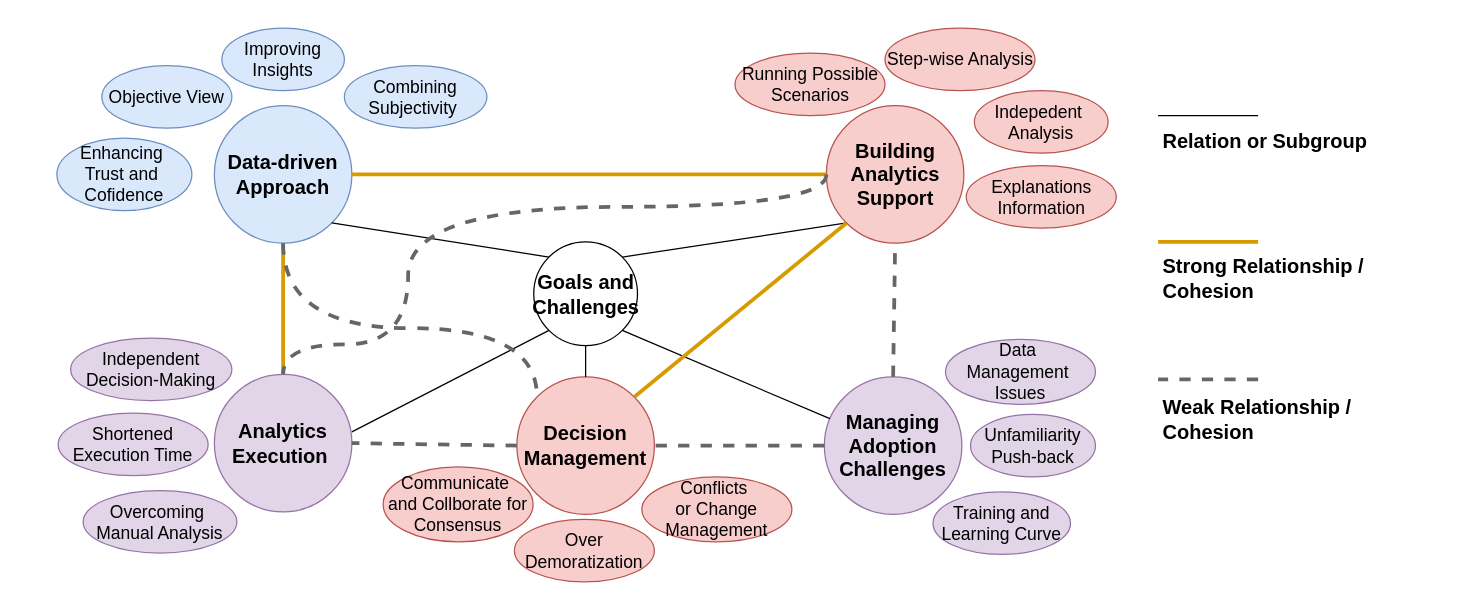
raeeschaudhary/Coursera_Exams keeps this draw.io diagram as ext/biz-findings-coherence.drawio. Above is the earlier version. Source tidied: cells renumbered, new cells numbered last; positions are measured from the earlier drawing's top-left corner, leaving out a move shared by most shapes. Both pictures are drawn from the tidied source at 125%, with x=0, y=0 at pixel (56, 28).
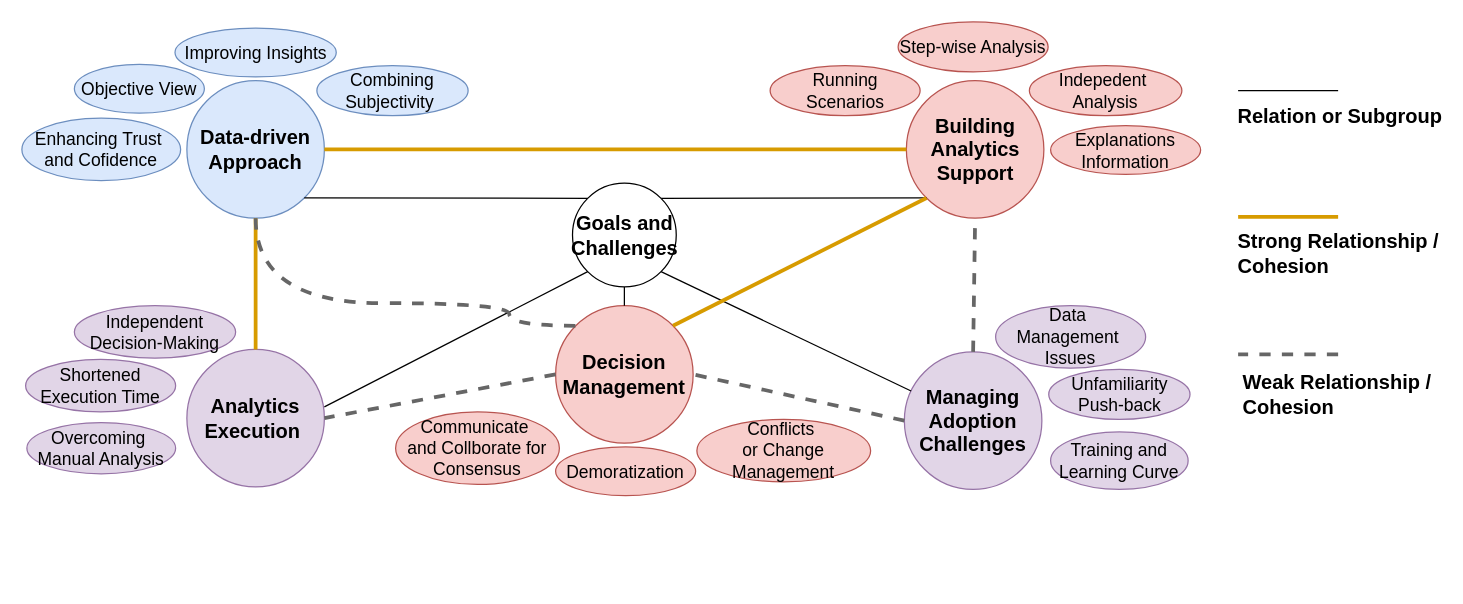
The same page after the edit.

Change to the diagram source:
```diff
@@
     <mxCell id="2" value="Data-driven Approach" style="ellipse;whiteSpace=wrap;html=1;fontFamily=corbel;fontSize=16;fontStyle=1;fillColor=#dae8fc;strokeColor=#6c8ebf;" parent="1" vertex="1">
-      <mxGeometry x="126" y="62" width="110" height="110" as="geometry" />
+      <mxGeometry x="104" y="42" width="110" height="110" as="geometry" />
     </mxCell>
     <mxCell id="3" value="Building Analytics Support" style="ellipse;whiteSpace=wrap;html=1;fontFamily=corbel;fontSize=16;fontStyle=1;fillColor=#f8cecc;strokeColor=#b85450;" parent="1" vertex="1">
-      <mxGeometry x="615.6" y="62" width="110" height="110" as="geometry" />
+      <mxGeometry x="679.6" y="42" width="110" height="110" as="geometry" />
     </mxCell>
     <mxCell id="4" value="Managing Adoption&lt;div&gt;Challenges&lt;/div&gt;" style="ellipse;whiteSpace=wrap;html=1;fontFamily=corbel;fontSize=16;fontStyle=1;fillColor=#e1d5e7;strokeColor=#9673a6;" parent="1" vertex="1">
-      <mxGeometry x="614" y="279" width="110" height="110" as="geometry" />
+      <mxGeometry x="678" y="259" width="110" height="110" as="geometry" />
     </mxCell>
     <mxCell id="5" value="Analytics Execution&amp;nbsp;" style="ellipse;whiteSpace=wrap;html=1;fontFamily=corbel;fontSize=16;fontStyle=1;fillColor=#e1d5e7;strokeColor=#9673a6;" parent="1" vertex="1">
-      <mxGeometry x="126" y="277" width="110" height="110" as="geometry" />
+      <mxGeometry x="104" y="257" width="110" height="110" as="geometry" />
     </mxCell>
     <mxCell id="6" value="Decision Management" style="ellipse;whiteSpace=wrap;html=1;fontFamily=corbel;fontSize=16;fontStyle=1;fillColor=#f8cecc;strokeColor=#b85450;" parent="1" vertex="1">
-      <mxGeometry x="368" y="279" width="110" height="110" as="geometry" />
+      <mxGeometry x="399" y="222" width="110" height="110" as="geometry" />
     </mxCell>
@@
     <mxCell id="8" value="Goals and Challenges" style="ellipse;whiteSpace=wrap;html=1;fontFamily=corbel;fontSize=16;fontStyle=1;" parent="1" vertex="1">
-      <mxGeometry x="381.5" y="171" width="83" height="83" as="geometry" />
+      <mxGeometry x="412.5" y="124" width="83" height="83" as="geometry" />
     </mxCell>
     <mxCell id="9" value="Combining Subjectivity&amp;nbsp;" style="ellipse;whiteSpace=wrap;html=1;fontFamily=corbel;fontSize=14;fillColor=#dae8fc;strokeColor=#6c8ebf;" parent="1" vertex="1">
-      <mxGeometry x="230" y="30" width="114" height="50" as="geometry" />
+      <mxGeometry x="208" y="30" width="121" height="40" as="geometry" />
     </mxCell>
-    <mxCell id="10" value="Running Possible Scenarios" style="ellipse;whiteSpace=wrap;html=1;fontFamily=corbel;fontSize=14;fillColor=#f8cecc;strokeColor=#b85450;" parent="1" vertex="1">
-      <mxGeometry x="542.5" y="20" width="120" height="50" as="geometry" />
+    <mxCell id="10" value="Running Scenarios" style="ellipse;whiteSpace=wrap;html=1;fontFamily=corbel;fontSize=14;fillColor=#f8cecc;strokeColor=#b85450;" parent="1" vertex="1">
+      <mxGeometry x="570.6" y="30" width="120" height="40" as="geometry" />
     </mxCell>
     <mxCell id="11" value="Step-wise Analysis" style="ellipse;whiteSpace=wrap;html=1;fontFamily=corbel;fontSize=14;fillColor=#f8cecc;strokeColor=#b85450;" parent="1" vertex="1">
-      <mxGeometry x="662.5" width="120" height="50" as="geometry" />
+      <mxGeometry x="673" y="-5" width="120" height="40" as="geometry" />
     </mxCell>
     <mxCell id="12" value="Indepedent&amp;nbsp;&lt;div&gt;Analysis&lt;/div&gt;" style="ellipse;whiteSpace=wrap;html=1;fontFamily=corbel;fontSize=14;fillColor=#f8cecc;strokeColor=#b85450;" parent="1" vertex="1">
-      <mxGeometry x="734" y="50" width="107" height="50" as="geometry" />
+      <mxGeometry x="778" y="30" width="122" height="40" as="geometry" />
     </mxCell>
     <mxCell id="13" value="Overcoming&amp;nbsp;&lt;div&gt;Manual Analysis&lt;/div&gt;" style="ellipse;whiteSpace=wrap;html=1;fontFamily=corbel;fontSize=14;fillColor=#e1d5e7;strokeColor=#9673a6;" parent="1" vertex="1">
-      <mxGeometry x="21" y="370" width="123" height="50" as="geometry" />
+      <mxGeometry x="-24" y="315.5" width="119" height="41" as="geometry" />
     </mxCell>
@@
     <mxCell id="15" value="Objective View" style="ellipse;whiteSpace=wrap;html=1;fontFamily=corbel;fontSize=14;fillColor=#dae8fc;strokeColor=#6c8ebf;" parent="1" vertex="1">
-      <mxGeometry x="36" y="30" width="104" height="50" as="geometry" />
+      <mxGeometry x="14" y="29" width="104" height="39" as="geometry" />
     </mxCell>
     <mxCell id="16" value="Improving Insights" style="ellipse;whiteSpace=wrap;html=1;fontFamily=corbel;fontSize=14;fillColor=#dae8fc;strokeColor=#6c8ebf;" parent="1" vertex="1">
-      <mxGeometry x="132" width="98" height="50" as="geometry" />
+      <mxGeometry x="94.5" width="129" height="39" as="geometry" />
     </mxCell>
-    <mxCell id="17" value="Enhancing&amp;nbsp;&lt;div&gt;Trust and&amp;nbsp;&lt;/div&gt;&lt;div&gt;Cofidence&lt;/div&gt;" style="ellipse;whiteSpace=wrap;html=1;fontFamily=corbel;fontSize=14;fillColor=#dae8fc;strokeColor=#6c8ebf;" parent="1" vertex="1">
-      <mxGeometry y="88" width="108" height="58" as="geometry" />
+    <mxCell id="17" value="Enhancing&amp;nbsp;&lt;span style=&quot;background-color: transparent; color: light-dark(rgb(0, 0, 0), rgb(255, 255, 255));&quot;&gt;Trust&amp;nbsp;&lt;/span&gt;&lt;div&gt;&lt;span style=&quot;background-color: transparent; color: light-dark(rgb(0, 0, 0), rgb(255, 255, 255));&quot;&gt;and&amp;nbsp;&lt;/span&gt;&lt;span style=&quot;background-color: transparent; color: light-dark(rgb(0, 0, 0), rgb(255, 255, 255));&quot;&gt;Cofidence&lt;/span&gt;&lt;/div&gt;" style="ellipse;whiteSpace=wrap;html=1;fontFamily=corbel;fontSize=14;fillColor=#dae8fc;strokeColor=#6c8ebf;" parent="1" vertex="1">
+      <mxGeometry x="-28" y="72" width="127" height="50" as="geometry" />
     </mxCell>
@@
     <mxCell id="19" value="Independent Decision-Making" style="ellipse;whiteSpace=wrap;html=1;fontFamily=corbel;fontSize=14;fillColor=#e1d5e7;strokeColor=#9673a6;" parent="1" vertex="1">
-      <mxGeometry x="11" y="248" width="129" height="50" as="geometry" />
+      <mxGeometry x="14" y="222" width="129" height="42" as="geometry" />
     </mxCell>
     <mxCell id="20" value="Shortened Execution Time" style="ellipse;whiteSpace=wrap;html=1;fontFamily=corbel;fontSize=14;fillColor=#e1d5e7;strokeColor=#9673a6;" parent="1" vertex="1">
-      <mxGeometry x="1" y="308" width="120" height="50" as="geometry" />
+      <mxGeometry x="-25" y="265" width="120" height="42" as="geometry" />
     </mxCell>
     <mxCell id="21" value="&lt;div&gt;Explanations&lt;/div&gt;&lt;div&gt;Information&lt;/div&gt;" style="ellipse;whiteSpace=wrap;html=1;fontFamily=corbel;fontSize=14;fillColor=#f8cecc;strokeColor=#b85450;" parent="1" vertex="1">
-      <mxGeometry x="727.5" y="110" width="120" height="50" as="geometry" />
+      <mxGeometry x="795" y="78" width="120" height="39" as="geometry" />
     </mxCell>
@@
     <mxCell id="23" value="Data&amp;nbsp;&lt;div&gt;Management&amp;nbsp;&lt;/div&gt;&lt;div&gt;Issues&lt;/div&gt;" style="ellipse;whiteSpace=wrap;html=1;fontFamily=corbel;fontSize=14;fillColor=#e1d5e7;strokeColor=#9673a6;" parent="1" vertex="1">
-      <mxGeometry x="710.9" y="249" width="120" height="52" as="geometry" />
+      <mxGeometry x="751" y="222" width="120" height="50" as="geometry" />
     </mxCell>
     <mxCell id="24" value="Communicate&amp;nbsp;&lt;div&gt;and Collborate for Consensus&lt;/div&gt;" style="ellipse;whiteSpace=wrap;html=1;fontFamily=corbel;fontSize=14;fillColor=#f8cecc;strokeColor=#b85450;" parent="1" vertex="1">
-      <mxGeometry x="261" y="351" width="120" height="60" as="geometry" />
+      <mxGeometry x="271" y="307" width="131" height="58" as="geometry" />
     </mxCell>
     <mxCell id="25" value="Conflicts&amp;nbsp;&lt;div&gt;or&amp;nbsp;&lt;span style=&quot;background-color: transparent; color: light-dark(rgb(0, 0, 0), rgb(255, 255, 255));&quot;&gt;Change Management&lt;/span&gt;&lt;/div&gt;" style="ellipse;whiteSpace=wrap;html=1;fontFamily=corbel;fontSize=14;fillColor=#f8cecc;strokeColor=#b85450;" parent="1" vertex="1">
-      <mxGeometry x="468" y="359" width="120" height="52" as="geometry" />
+      <mxGeometry x="512" y="313" width="139" height="50" as="geometry" />
     </mxCell>
-    <mxCell id="26" value="Over&lt;div&gt;Demoratization&lt;/div&gt;" style="ellipse;whiteSpace=wrap;html=1;fontFamily=corbel;fontSize=14;fillColor=#f8cecc;strokeColor=#b85450;" parent="1" vertex="1">
-      <mxGeometry x="366" y="393" width="112" height="50" as="geometry" />
+    <mxCell id="26" value="&lt;div&gt;Demoratization&lt;/div&gt;" style="ellipse;whiteSpace=wrap;html=1;fontFamily=corbel;fontSize=14;fillColor=#f8cecc;strokeColor=#b85450;" parent="1" vertex="1">
+      <mxGeometry x="399" y="335" width="112" height="39" as="geometry" />
     </mxCell>
     <mxCell id="27" value="Training and Learning Curve" style="ellipse;whiteSpace=wrap;html=1;fontFamily=corbel;fontSize=14;fillColor=#e1d5e7;strokeColor=#9673a6;" parent="1" vertex="1">
-      <mxGeometry x="700.9" y="371" width="110" height="50" as="geometry" />
+      <mxGeometry x="795" y="323" width="110" height="46" as="geometry" />
     </mxCell>
     <mxCell id="28" value="Unfamiliarity Push-back" style="ellipse;whiteSpace=wrap;html=1;fontFamily=corbel;fontSize=14;fillColor=#e1d5e7;strokeColor=#9673a6;" parent="1" vertex="1">
-      <mxGeometry x="730.9" y="309" width="100" height="50" as="geometry" />
+      <mxGeometry x="793.5" y="273" width="113" height="40" as="geometry" />
     </mxCell>
@@
     <mxCell id="30" style="rounded=0;orthogonalLoop=1;jettySize=auto;html=1;endArrow=none;endFill=0;fontFamily=corbel;fontSize=14;" parent="1" edge="1">
       <mxGeometry relative="1" as="geometry">
-        <mxPoint x="961" y="70" as="sourcePoint" />
-        <mxPoint x="881" y="70" as="targetPoint" />
+        <mxPoint x="1025" y="50" as="sourcePoint" />
+        <mxPoint x="945" y="50" as="targetPoint" />
       </mxGeometry>
     </mxCell>
     <mxCell id="31" style="rounded=0;orthogonalLoop=1;jettySize=auto;html=1;endArrow=none;endFill=0;fontFamily=corbel;fontSize=14;strokeWidth=3;strokeColor=#d79b00;fillColor=#ffe6cc;" parent="1" edge="1">
       <mxGeometry relative="1" as="geometry">
-        <mxPoint x="881" y="171" as="sourcePoint" />
-        <mxPoint x="961" y="171" as="targetPoint" />
+        <mxPoint x="945" y="151" as="sourcePoint" />
+        <mxPoint x="1025" y="151" as="targetPoint" />
         <Array as="points">
-          <mxPoint x="921" y="171" />
+          <mxPoint x="985" y="151" />
         </Array>
       </mxGeometry>
     </mxCell>
     <mxCell id="32" style="rounded=0;orthogonalLoop=1;jettySize=auto;html=1;endArrow=none;endFill=0;fontFamily=corbel;fontSize=14;strokeWidth=3;strokeColor=#666666;dashed=1;" parent="1" edge="1">
       <mxGeometry relative="1" as="geometry">
-        <mxPoint x="961" y="281" as="sourcePoint" />
-        <mxPoint x="881" y="281" as="targetPoint" />
+        <mxPoint x="1025" y="261" as="sourcePoint" />
+        <mxPoint x="945" y="261" as="targetPoint" />
       </mxGeometry>
     </mxCell>
@@
-    <mxCell id="37" style="rounded=0;jettySize=auto;html=1;endArrow=none;endFill=0;fontFamily=corbel;fontSize=14;strokeWidth=3;strokeColor=#666666;dashed=1;entryX=0.5;entryY=0;entryDx=0;entryDy=0;exitX=0;exitY=0.5;exitDx=0;exitDy=0;edgeStyle=orthogonalEdgeStyle;curved=1;" parent="1" edge="1" source="3" target="5">
-      <mxGeometry relative="1" as="geometry">
-        <Array as="points">
-          <mxPoint x="616" y="143" />
-          <mxPoint x="281" y="143" />
-          <mxPoint x="281" y="253" />
-          <mxPoint x="181" y="253" />
-        </Array>
-      </mxGeometry>
-    </mxCell>
@@
     <mxCell id="39" style="rounded=0;jettySize=auto;html=1;endArrow=none;endFill=0;fontFamily=corbel;fontSize=14;strokeWidth=3;strokeColor=#666666;dashed=1;entryX=0;entryY=0;entryDx=0;entryDy=0;exitX=0.5;exitY=1;exitDx=0;exitDy=0;edgeStyle=orthogonalEdgeStyle;curved=1;" parent="1" edge="1" source="2" target="6">
       <mxGeometry relative="1" as="geometry">
         <Array as="points">
-          <mxPoint x="181" y="240" />
-          <mxPoint x="384" y="240" />
+          <mxPoint x="159" y="220" />
+          <mxPoint x="362" y="220" />
         </Array>
       </mxGeometry>
     </mxCell>
     <mxCell id="40" value="Relation or Subgroup" style="text;html=1;align=left;verticalAlign=middle;strokeColor=none;fillColor=none;fontSize=16;fontFamily=corbel;fontStyle=1;" parent="1" vertex="1">
-      <mxGeometry x="883" y="75" width="160" height="30" as="geometry" />
+      <mxGeometry x="943" y="55" width="160" height="30" as="geometry" />
     </mxCell>
     <mxCell id="41" value="Strong Relationship /&lt;div&gt;Cohesion&lt;/div&gt;" style="text;html=1;align=left;verticalAlign=middle;strokeColor=none;fillColor=none;fontSize=16;fontFamily=corbel;fontStyle=1;" parent="1" vertex="1">
-      <mxGeometry x="883" y="175" width="160" height="50" as="geometry" />
+      <mxGeometry x="943" y="155" width="160" height="50" as="geometry" />
     </mxCell>
     <mxCell id="42" value="Weak Relationship /&lt;div&gt;Cohesion&lt;/div&gt;" style="text;html=1;align=left;verticalAlign=middle;strokeColor=none;fillColor=none;fontSize=16;fontFamily=corbel;fontStyle=1;" parent="1" vertex="1">
-      <mxGeometry x="883" y="288" width="150" height="50" as="geometry" />
+      <mxGeometry x="947" y="268" width="150" height="50" as="geometry" />
     </mxCell>
```
